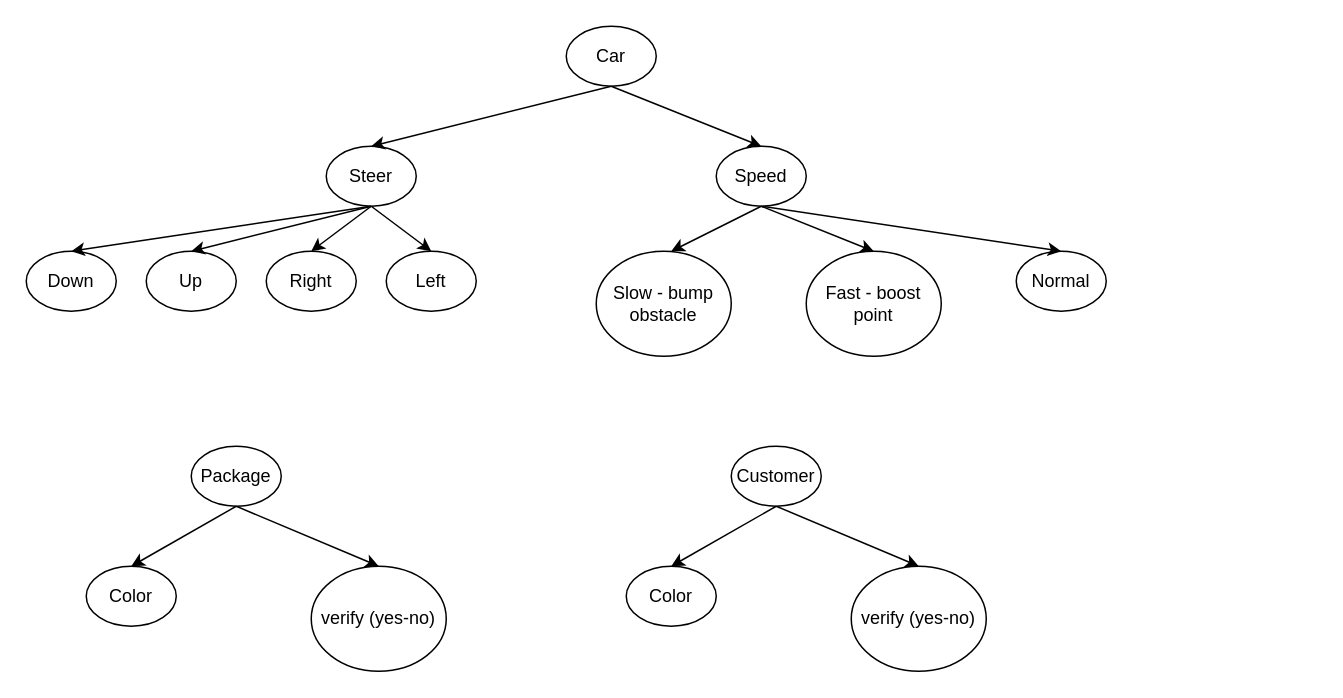
The draw.io diagram Game Logic.drawio in HungBuii/Car-Delivery-Mini-Game, before the edit. Source tidied: cells renumbered, new cells numbered last; positions are measured from the earlier drawing's top-left corner, leaving out a move shared by most shapes. Both pictures are drawn from the tidied source at 150%, with x=0, y=0 at pixel (26, 26).
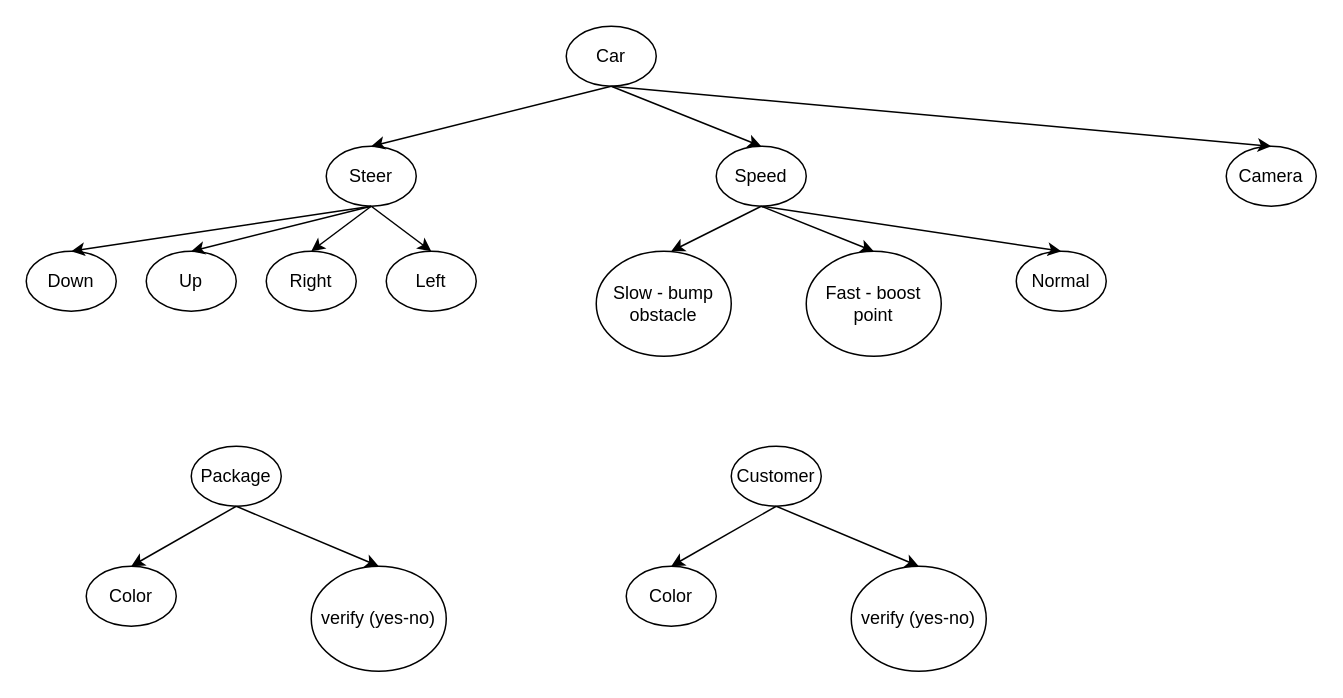
After the change.

What changed in the source:
```diff
@@
+    <mxCell id="31" value="Camera" style="ellipse;whiteSpace=wrap;html=1;" parent="1" vertex="1">
+      <mxGeometry x="800" y="80" width="60" height="40" as="geometry" />
+    </mxCell>
+    <mxCell id="32" style="endArrow=classic;html=1;rounded=0;entryX=0.5;entryY=0;entryDx=0;entryDy=0;" parent="1" edge="1" target="31">
+      <mxGeometry relative="1" as="geometry">
+        <mxPoint x="390" y="40" as="sourcePoint" />
+      </mxGeometry>
+    </mxCell>
```
